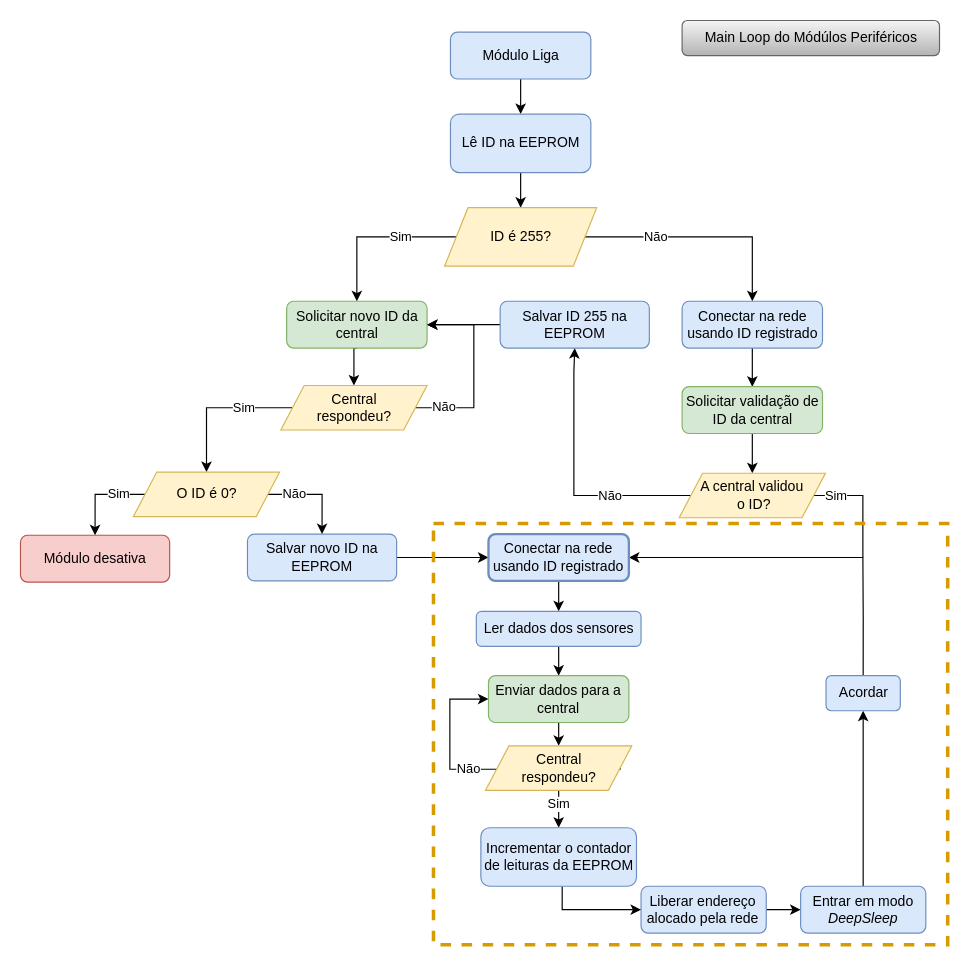
Before: Arquivos_noncode/DrawIO TCC/Protocolo_comunicação_ModSens.drawio in LeonardoSilvestrin/TCC, a draw.io diagram. Source tidied: cells renumbered, new cells numbered last; positions are measured from the earlier drawing's top-left corner, leaving out a move shared by most shapes. Both pictures are drawn from the tidied source at 117%, with x=0, y=0 at pixel (20, 20).
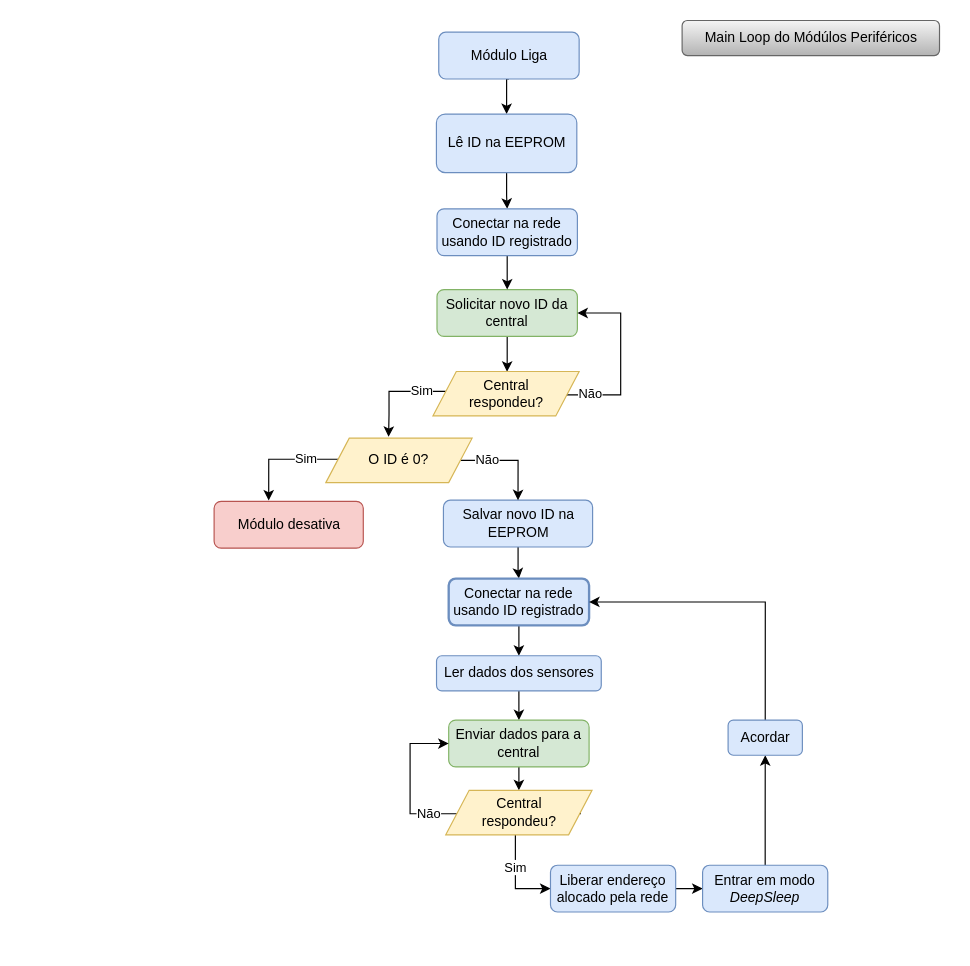
After the change.

Diff of the diagram source:
```diff
@@
     <mxCell id="2" style="edgeStyle=orthogonalEdgeStyle;rounded=0;jettySize=auto;html=1;exitX=0.5;exitY=1;exitDx=0;exitDy=0;entryX=0.5;entryY=0;entryDx=0;entryDy=0;" parent="1" edge="1" source="3" target="5">
-      <mxGeometry relative="1" as="geometry" />
+      <mxGeometry relative="1" as="geometry">
+        <Array as="points">
+          <mxPoint x="416" y="50" />
+          <mxPoint x="416" y="80" />
+        </Array>
+      </mxGeometry>
     </mxCell>
     <mxCell id="3" value="Módulo Liga" style="rounded=1;whiteSpace=wrap;html=1;fontSize=12;glass=0;strokeWidth=1;shadow=0;fillColor=#dae8fc;strokeColor=#6c8ebf;" parent="1" vertex="1">
-      <mxGeometry x="367.5" y="10" width="120" height="40" as="geometry" />
+      <mxGeometry x="357.5" y="10" width="120" height="40" as="geometry" />
     </mxCell>
-    <mxCell id="4" style="edgeStyle=orthogonalEdgeStyle;rounded=0;jettySize=auto;html=1;entryX=0.5;entryY=0;entryDx=0;entryDy=0;" parent="1" edge="1" source="5" target="8">
+    <mxCell id="4" style="edgeStyle=orthogonalEdgeStyle;rounded=0;jettySize=auto;html=1;entryX=0.5;entryY=0;entryDx=0;entryDy=0;" parent="1" edge="1" source="5" target="16">
       <mxGeometry relative="1" as="geometry" />
     </mxCell>
     <mxCell id="5" value="Lê ID na EEPROM" style="rounded=1;whiteSpace=wrap;html=1;fontSize=12;glass=0;strokeWidth=1;shadow=0;fillColor=#dae8fc;strokeColor=#6c8ebf;" parent="1" vertex="1">
-      <mxGeometry x="367.5" y="80" width="120" height="50" as="geometry" />
+      <mxGeometry x="355.5" y="80" width="120" height="50" as="geometry" />
     </mxCell>
-    <mxCell id="6" value="Sim" style="edgeStyle=orthogonalEdgeStyle;rounded=0;jettySize=auto;html=1;entryX=0.5;entryY=0;entryDx=0;entryDy=0;exitX=0;exitY=0.5;exitDx=0;exitDy=0;" parent="1" edge="1" source="8" target="10">
-      <mxGeometry x="-0.31" relative="1" as="geometry" />
-    </mxCell>
-    <mxCell id="7" value="Não" style="edgeStyle=orthogonalEdgeStyle;rounded=0;jettySize=auto;html=1;exitX=1;exitY=0.5;exitDx=0;exitDy=0;entryX=0.5;entryY=0;entryDx=0;entryDy=0;" parent="1" edge="1" target="16">
-      <mxGeometry x="-0.39" relative="1" as="geometry">
-        <mxPoint x="481.5" y="185" as="sourcePoint" />
-        <Array as="points">
-          <mxPoint x="626" y="185" />
-        </Array>
-      </mxGeometry>
-    </mxCell>
-    <mxCell id="8" value="ID é 255?" style="shape=parallelogram;perimeter=parallelogramPerimeter;whiteSpace=wrap;html=1;fixedSize=1;fillColor=#fff2cc;strokeColor=#d6b656;" parent="1" vertex="1">
-      <mxGeometry x="362.5" y="160" width="130" height="50" as="geometry" />
-    </mxCell>
-    <mxCell id="9" style="edgeStyle=orthogonalEdgeStyle;rounded=0;jettySize=auto;html=1;exitX=0.5;exitY=1;exitDx=0;exitDy=0;entryX=0.5;entryY=0;entryDx=0;entryDy=0;" parent="1" edge="1" source="10" target="14">
-      <mxGeometry relative="1" as="geometry" />
-    </mxCell>
+    <mxCell id="48" style="edgeStyle=orthogonalEdgeStyle;rounded=0;jettySize=auto;html=1;" parent="1" edge="1" source="10">
+      <mxGeometry relative="1" as="geometry">
+        <mxPoint x="415.9" y="300.3" as="targetPoint" />
+      </mxGeometry>
+    </mxCell>
     <mxCell id="10" value="Solicitar novo ID da central" style="rounded=1;whiteSpace=wrap;html=1;fontSize=12;glass=0;strokeWidth=1;shadow=0;fillColor=#d5e8d4;strokeColor=#82b366;" parent="1" vertex="1">
-      <mxGeometry x="227.5" y="240" width="120" height="40" as="geometry" />
+      <mxGeometry x="356" y="230" width="120" height="40" as="geometry" />
     </mxCell>
@@
     <mxCell id="12" value="Não" style="edgeStyle=orthogonalEdgeStyle;rounded=0;jettySize=auto;html=1;exitX=1;exitY=0.5;exitDx=0;exitDy=0;entryX=1;entryY=0.5;entryDx=0;entryDy=0;" parent="1" edge="1" source="14" target="10">
       <mxGeometry x="-0.72" y="1" relative="1" as="geometry">
         <Array as="points">
-          <mxPoint x="387.5" y="331" />
-          <mxPoint x="387.5" y="260" />
+          <mxPoint x="466" y="320" />
+          <mxPoint x="513" y="320" />
+          <mxPoint x="513" y="250" />
         </Array>
         <mxPoint x="1" as="offset" />
       </mxGeometry>
     </mxCell>
-    <mxCell id="13" value="Sim" style="edgeStyle=orthogonalEdgeStyle;rounded=0;jettySize=auto;html=1;exitX=0;exitY=0.5;exitDx=0;exitDy=0;entryX=0.5;entryY=0;entryDx=0;entryDy=0;" parent="1" edge="1" source="14" target="26">
-      <mxGeometry x="-0.34" relative="1" as="geometry" />
+    <mxCell id="13" value="Sim" style="edgeStyle=orthogonalEdgeStyle;rounded=0;jettySize=auto;html=1;entryX=0.429;entryY=-0.03;entryDx=0;entryDy=0;entryPerimeter=0;" parent="1" edge="1" source="14" target="26">
+      <mxGeometry x="-0.51" relative="1" as="geometry">
+        <Array as="points">
+          <mxPoint x="315" y="317" />
+          <mxPoint x="315" y="337" />
+          <mxPoint x="315" y="337" />
+        </Array>
+      </mxGeometry>
     </mxCell>
     <mxCell id="14" value="&lt;div&gt;Central &lt;br&gt;&lt;/div&gt;&lt;div&gt;respondeu?&lt;/div&gt;" style="shape=parallelogram;perimeter=parallelogramPerimeter;whiteSpace=wrap;html=1;fixedSize=1;fillColor=#fff2cc;strokeColor=#d6b656;" parent="1" vertex="1">
-      <mxGeometry x="222.5" y="312" width="125" height="38" as="geometry" />
+      <mxGeometry x="352.5" y="300" width="125" height="38" as="geometry" />
     </mxCell>
-    <mxCell id="15" style="edgeStyle=orthogonalEdgeStyle;rounded=0;jettySize=auto;html=1;entryX=0.5;entryY=0;entryDx=0;entryDy=0;" parent="1" edge="1" source="16" target="18">
-      <mxGeometry relative="1" as="geometry" />
-    </mxCell>
+    <mxCell id="49" style="edgeStyle=orthogonalEdgeStyle;rounded=0;jettySize=auto;html=1;exitX=0.5;exitY=1;exitDx=0;exitDy=0;entryX=0.5;entryY=0;entryDx=0;entryDy=0;" parent="1" edge="1" source="16" target="10">
+      <mxGeometry relative="1" as="geometry">
+        <Array as="points">
+          <mxPoint x="416" y="230" />
+        </Array>
+      </mxGeometry>
+    </mxCell>
     <mxCell id="16" value="Conectar na rede usando ID registrado" style="rounded=1;whiteSpace=wrap;html=1;fontSize=12;glass=0;strokeWidth=1;shadow=0;fillColor=#dae8fc;strokeColor=#6c8ebf;" parent="1" vertex="1">
-      <mxGeometry x="565.5" y="240" width="120" height="40" as="geometry" />
+      <mxGeometry x="356" y="161" width="120" height="40" as="geometry" />
     </mxCell>
-    <mxCell id="17" style="edgeStyle=orthogonalEdgeStyle;rounded=0;jettySize=auto;html=1;entryX=0.5;entryY=0;entryDx=0;entryDy=0;" parent="1" edge="1" source="18" target="21">
-      <mxGeometry relative="1" as="geometry" />
-    </mxCell>
-    <mxCell id="18" value="Solicitar validação de ID da central" style="rounded=1;whiteSpace=wrap;html=1;fontSize=12;glass=0;strokeWidth=1;shadow=0;fillColor=#d5e8d4;strokeColor=#82b366;" parent="1" vertex="1">
-      <mxGeometry x="565.5" y="313" width="120" height="40" as="geometry" />
-    </mxCell>
-    <mxCell id="19" value="Sim" style="edgeStyle=orthogonalEdgeStyle;rounded=0;jettySize=auto;html=1;entryX=1;entryY=0.5;entryDx=0;entryDy=0;exitX=1;exitY=0.5;exitDx=0;exitDy=0;" parent="1" edge="1" source="21" target="29">
-      <mxGeometry x="-0.87" relative="1" as="geometry">
-        <Array as="points">
-          <mxPoint x="720" y="406" />
-          <mxPoint x="720" y="459" />
-        </Array>
-      </mxGeometry>
-    </mxCell>
-    <mxCell id="20" value="Não" style="edgeStyle=orthogonalEdgeStyle;rounded=0;jettySize=auto;html=1;exitX=0;exitY=0.5;exitDx=0;exitDy=0;entryX=0.5;entryY=1;entryDx=0;entryDy=0;" parent="1" edge="1" source="21" target="31">
-      <mxGeometry x="-0.39" relative="1" as="geometry">
-        <Array as="points">
-          <mxPoint x="473" y="406" />
-          <mxPoint x="473" y="300" />
-          <mxPoint x="474" y="300" />
-        </Array>
-      </mxGeometry>
-    </mxCell>
-    <mxCell id="21" value="&lt;div&gt;A central validou&lt;/div&gt;&lt;div&gt;&amp;nbsp;o ID?&lt;/div&gt;" style="shape=parallelogram;perimeter=parallelogramPerimeter;whiteSpace=wrap;html=1;fixedSize=1;fillColor=#fff2cc;strokeColor=#d6b656;" parent="1" vertex="1">
-      <mxGeometry x="563" y="387" width="125" height="38" as="geometry" />
-    </mxCell>
-    <mxCell id="22" style="edgeStyle=orthogonalEdgeStyle;rounded=0;jettySize=auto;html=1;entryX=0;entryY=0.5;entryDx=0;entryDy=0;" parent="1" edge="1" source="23" target="29">
-      <mxGeometry relative="1" as="geometry">
-        <Array as="points">
-          <mxPoint x="360" y="459" />
-          <mxPoint x="360" y="459" />
-        </Array>
-      </mxGeometry>
+    <mxCell id="22" style="edgeStyle=orthogonalEdgeStyle;rounded=0;jettySize=auto;html=1;entryX=0.5;entryY=0;entryDx=0;entryDy=0;" parent="1" edge="1" source="23" target="29">
+      <mxGeometry relative="1" as="geometry" />
     </mxCell>
     <mxCell id="23" value="Salvar novo ID na EEPROM" style="rounded=1;whiteSpace=wrap;html=1;fontSize=12;glass=0;strokeWidth=1;shadow=0;fillColor=#dae8fc;strokeColor=#6c8ebf;" parent="1" vertex="1">
-      <mxGeometry x="194" y="439" width="127.5" height="40" as="geometry" />
+      <mxGeometry x="361.5" y="410" width="127.5" height="40" as="geometry" />
     </mxCell>
+    <mxCell id="25" value="Não" style="edgeStyle=orthogonalEdgeStyle;rounded=0;jettySize=auto;html=1;exitX=1;exitY=0.5;exitDx=0;exitDy=0;entryX=0.5;entryY=0;entryDx=0;entryDy=0;" parent="1" edge="1" source="26" target="23">
+      <mxGeometry x="-0.44" relative="1" as="geometry">
+        <Array as="points">
+          <mxPoint x="425" y="376" />
+          <mxPoint x="425" y="410" />
+        </Array>
+      </mxGeometry>
+    </mxCell>
-    <mxCell id="24" value="Sim" style="edgeStyle=orthogonalEdgeStyle;rounded=0;jettySize=auto;html=1;entryX=0.5;entryY=0;entryDx=0;entryDy=0;" parent="1" edge="1" source="26" target="27">
-      <mxGeometry x="-0.42" relative="1" as="geometry">
+    <mxCell id="24" value="Sim" style="edgeStyle=orthogonalEdgeStyle;rounded=0;jettySize=auto;html=1;entryX=0.366;entryY=-0.017;entryDx=0;entryDy=0;entryPerimeter=0;" parent="1" edge="1" source="26" target="27">
+      <mxGeometry x="-0.4" relative="1" as="geometry">
         <Array as="points">
-          <mxPoint x="64" y="405" />
-          <mxPoint x="64" y="439" />
+          <mxPoint x="212" y="375" />
         </Array>
       </mxGeometry>
     </mxCell>
-    <mxCell id="25" value="Não" style="edgeStyle=orthogonalEdgeStyle;rounded=0;jettySize=auto;html=1;exitX=1;exitY=0.5;exitDx=0;exitDy=0;entryX=0.5;entryY=0;entryDx=0;entryDy=0;" parent="1" edge="1" source="26" target="23">
-      <mxGeometry x="-0.44" relative="1" as="geometry">
-        <Array as="points">
-          <mxPoint x="258" y="405" />
-        </Array>
-      </mxGeometry>
-    </mxCell>
     <mxCell id="26" value="O ID é 0?" style="shape=parallelogram;perimeter=parallelogramPerimeter;whiteSpace=wrap;html=1;fixedSize=1;fillColor=#fff2cc;strokeColor=#d6b656;" parent="1" vertex="1">
-      <mxGeometry x="96.5" y="386" width="125" height="38" as="geometry" />
+      <mxGeometry x="261" y="357" width="125" height="38" as="geometry" />
     </mxCell>
     <mxCell id="27" value="Módulo desativa" style="rounded=1;whiteSpace=wrap;html=1;fontSize=12;glass=0;strokeWidth=1;shadow=0;fillColor=#f8cecc;strokeColor=#b85450;" parent="1" vertex="1">
-      <mxGeometry y="440" width="127.5" height="40" as="geometry" />
+      <mxGeometry x="165.5" y="411" width="127.5" height="40" as="geometry" />
     </mxCell>
@@
     <mxCell id="29" value="Conectar na rede usando ID registrado" style="rounded=1;whiteSpace=wrap;html=1;fontSize=12;glass=0;strokeWidth=2;shadow=0;fillColor=#dae8fc;strokeColor=#6c8ebf;" parent="1" vertex="1">
-      <mxGeometry x="400" y="439" width="120" height="40" as="geometry" />
+      <mxGeometry x="366" y="477" width="120" height="40" as="geometry" />
     </mxCell>
-    <mxCell id="30" style="edgeStyle=orthogonalEdgeStyle;rounded=0;jettySize=auto;html=1;entryX=1;entryY=0.5;entryDx=0;entryDy=0;" parent="1" edge="1" source="31" target="10">
-      <mxGeometry relative="1" as="geometry" />
-    </mxCell>
-    <mxCell id="31" value="Salvar ID 255 na EEPROM" style="rounded=1;whiteSpace=wrap;html=1;fontSize=12;glass=0;strokeWidth=1;shadow=0;fillColor=#dae8fc;strokeColor=#6c8ebf;" parent="1" vertex="1">
-      <mxGeometry x="410" y="240" width="127.5" height="40" as="geometry" />
-    </mxCell>
@@
     <mxCell id="33" value="Ler dados dos sensores" style="rounded=1;whiteSpace=wrap;html=1;fontSize=12;glass=0;strokeWidth=1;shadow=0;fillColor=#dae8fc;strokeColor=#6c8ebf;" parent="1" vertex="1">
-      <mxGeometry x="389.6" y="505" width="140.8" height="30" as="geometry" />
+      <mxGeometry x="355.6" y="543" width="140.8" height="30" as="geometry" />
     </mxCell>
@@
     <mxCell id="35" value="Enviar dados para a central" style="rounded=1;whiteSpace=wrap;html=1;fontSize=12;glass=0;strokeWidth=1;shadow=0;fillColor=#d5e8d4;strokeColor=#82b366;" parent="1" vertex="1">
-      <mxGeometry x="400" y="560" width="120" height="40" as="geometry" />
+      <mxGeometry x="366" y="598" width="120" height="40" as="geometry" />
     </mxCell>
     <mxCell id="36" value="Não" style="edgeStyle=orthogonalEdgeStyle;rounded=0;jettySize=auto;html=1;exitX=1;exitY=0.5;exitDx=0;exitDy=0;entryX=0;entryY=0.5;entryDx=0;entryDy=0;" parent="1" edge="1" source="38" target="35">
       <mxGeometry x="0.09" relative="1" as="geometry">
         <Array as="points">
-          <mxPoint x="513" y="640" />
-          <mxPoint x="367" y="640" />
-          <mxPoint x="367" y="580" />
+          <mxPoint x="479" y="678" />
+          <mxPoint x="333" y="678" />
+          <mxPoint x="333" y="618" />
         </Array>
       </mxGeometry>
     </mxCell>
-    <mxCell id="37" value="Sim" style="edgeStyle=orthogonalEdgeStyle;rounded=0;jettySize=auto;html=1;" parent="1" edge="1" source="38">
+    <mxCell id="37" value="Sim" style="edgeStyle=orthogonalEdgeStyle;rounded=0;jettySize=auto;html=1;entryX=0;entryY=0.5;entryDx=0;entryDy=0;" parent="1" edge="1" source="38" target="40">
       <mxGeometry x="-0.26" relative="1" as="geometry">
-        <mxPoint x="460" y="690" as="targetPoint" />
+        <Array as="points">
+          <mxPoint x="423" y="742" />
+        </Array>
       </mxGeometry>
     </mxCell>
     <mxCell id="38" value="&lt;div&gt;Central &lt;br&gt;&lt;/div&gt;&lt;div&gt;respondeu?&lt;/div&gt;" style="shape=parallelogram;perimeter=parallelogramPerimeter;whiteSpace=wrap;html=1;fixedSize=1;fillColor=#fff2cc;strokeColor=#d6b656;" parent="1" vertex="1">
-      <mxGeometry x="397.5" y="620" width="125" height="38" as="geometry" />
+      <mxGeometry x="363.5" y="658" width="125" height="38" as="geometry" />
     </mxCell>
@@
     <mxCell id="40" value="Liberar endereço alocado pela rede" style="rounded=1;whiteSpace=wrap;html=1;fontSize=12;glass=0;strokeWidth=1;shadow=0;fillColor=#dae8fc;strokeColor=#6c8ebf;" parent="1" vertex="1">
-      <mxGeometry x="530.4" y="740" width="107" height="40" as="geometry" />
+      <mxGeometry x="453" y="722" width="107" height="40" as="geometry" />
     </mxCell>
@@
-    <mxCell id="42" style="rounded=0;whiteSpace=wrap;html=1;dashed=1;fillColor=none;strokeColor=#d79b00;strokeWidth=3;" parent="1" vertex="1">
-      <mxGeometry x="353" y="430" width="439.5" height="360" as="geometry" />
-    </mxCell>
     <mxCell id="43" value="&lt;div&gt;Entrar em modo &lt;br&gt;&lt;/div&gt;&lt;div&gt;&lt;i&gt;DeepSleep&lt;/i&gt;&lt;br&gt;&lt;/div&gt;" style="rounded=1;whiteSpace=wrap;html=1;fontSize=12;glass=0;strokeWidth=1;shadow=0;fillColor=#dae8fc;strokeColor=#6c8ebf;" parent="1" vertex="1">
-      <mxGeometry x="666.8" y="740" width="107" height="40" as="geometry" />
+      <mxGeometry x="583" y="722" width="107" height="40" as="geometry" />
     </mxCell>
-    <mxCell id="44" style="edgeStyle=orthogonalEdgeStyle;rounded=0;jettySize=auto;html=1;exitX=0.5;exitY=0;exitDx=0;exitDy=0;endArrow=none;endFill=0;" parent="1" edge="1" source="45">
-      <mxGeometry relative="1" as="geometry">
-        <mxPoint x="720" y="459" as="targetPoint" />
-      </mxGeometry>
+    <mxCell id="44" style="edgeStyle=orthogonalEdgeStyle;rounded=0;jettySize=auto;html=1;exitX=0.5;exitY=0;exitDx=0;exitDy=0;endArrow=classic;endFill=1;entryX=1;entryY=0.5;entryDx=0;entryDy=0;" parent="1" edge="1" source="45" target="29">
+      <mxGeometry relative="1" as="geometry" />
     </mxCell>
     <mxCell id="45" value="Acordar" style="rounded=1;whiteSpace=wrap;html=1;fontSize=12;glass=0;strokeWidth=1;shadow=0;fillColor=#dae8fc;strokeColor=#6c8ebf;" parent="1" vertex="1">
-      <mxGeometry x="688.5" y="560" width="63.5" height="30" as="geometry" />
+      <mxGeometry x="604.8" y="598" width="63.5" height="30" as="geometry" />
     </mxCell>
-    <mxCell id="46" style="edgeStyle=orthogonalEdgeStyle;rounded=0;jettySize=auto;html=1;entryX=0;entryY=0.5;entryDx=0;entryDy=0;" parent="1" edge="1" source="47" target="40">
-      <mxGeometry relative="1" as="geometry">
-        <Array as="points">
-          <mxPoint x="463" y="760" />
-        </Array>
-      </mxGeometry>
-    </mxCell>
-    <mxCell id="47" value="Incrementar o contador de leituras da EEPROM" style="rounded=1;whiteSpace=wrap;html=1;fontSize=12;glass=0;strokeWidth=1;shadow=0;fillColor=#dae8fc;strokeColor=#6c8ebf;" parent="1" vertex="1">
-      <mxGeometry x="393.5" y="690" width="133" height="50" as="geometry" />
-    </mxCell>
```
